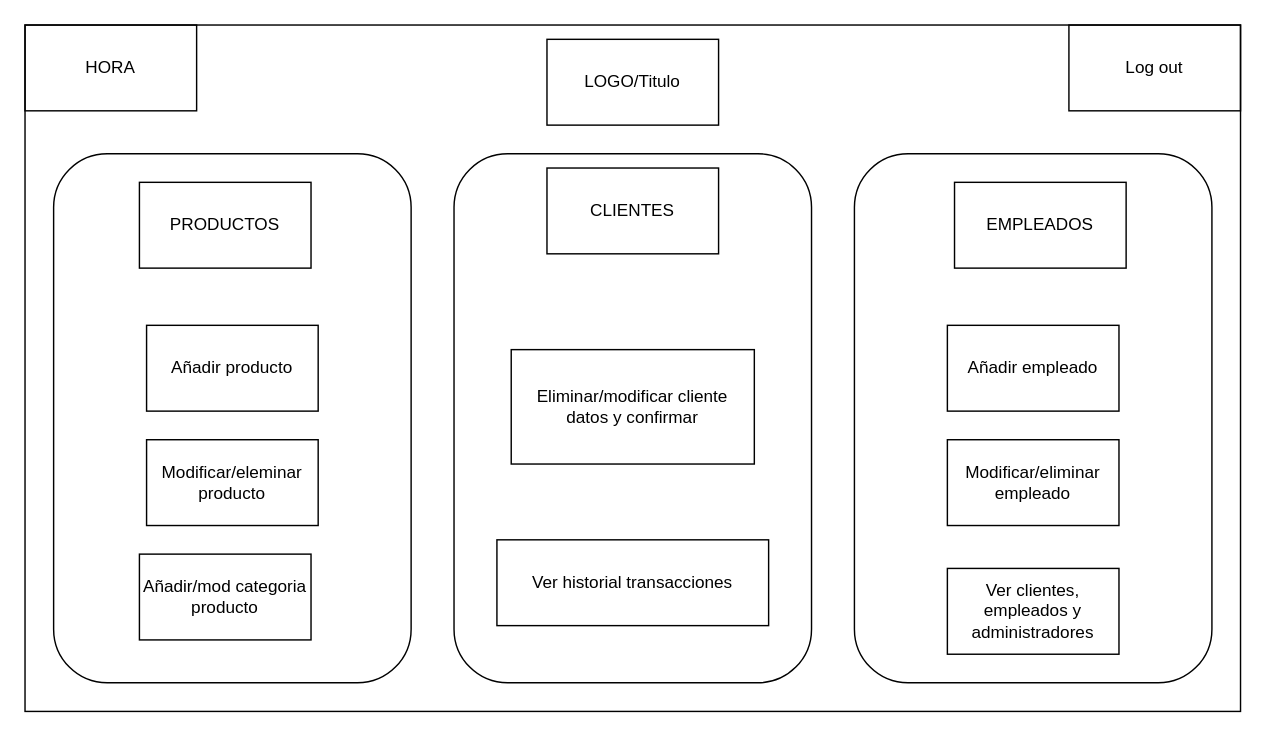
Before: page "StaffMenu" (4 of 5) of docs/UI_UX.drawio in Universidad-Europea/PharmSquare, a draw.io diagram. Source tidied: cells renumbered, new cells numbered last; positions are measured from the earlier drawing's top-left corner, leaving out a move shared by most shapes. Both pictures are drawn from the tidied source at 143%, with x=0, y=0 at pixel (24, 24).
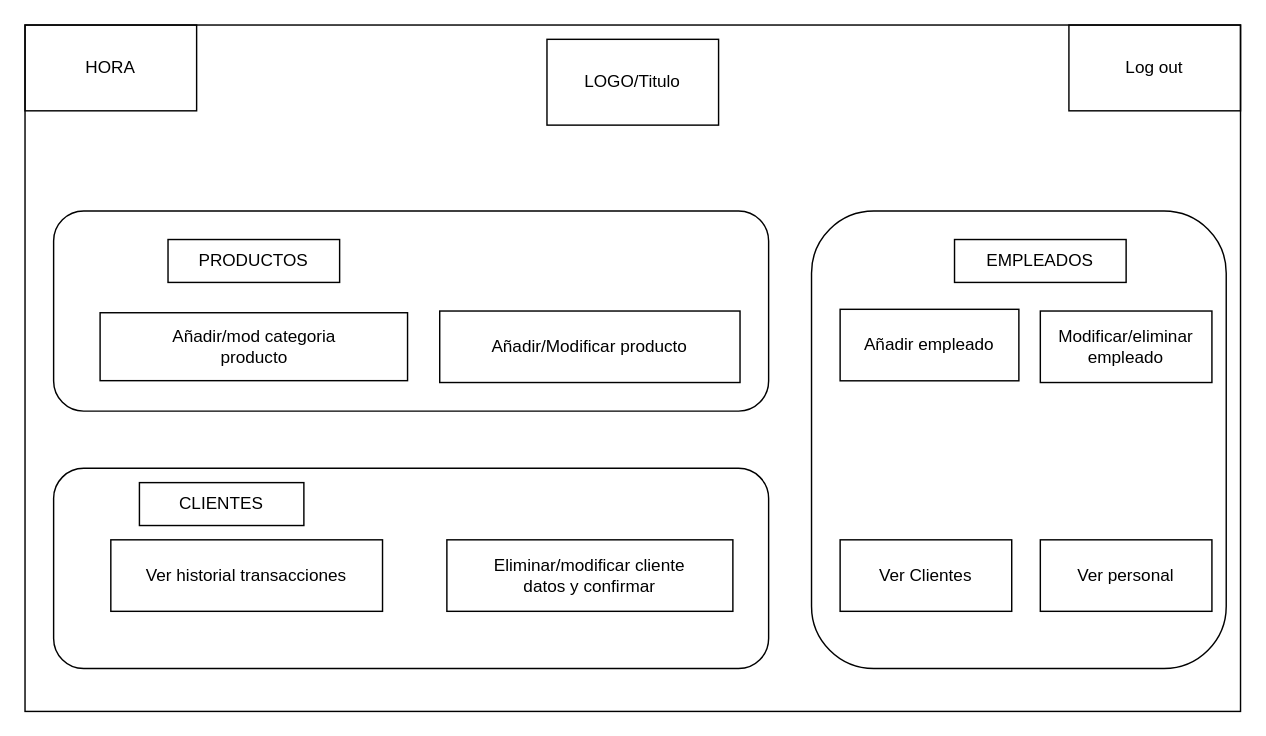
The same page after the edit.

Commit message:
StaffMenu UI actualizada

The edit, as a diff of the source:
```diff
@@
 <mxGraphModel>
   <root>
     <mxCell id="0" />
     <mxCell id="1" parent="0" />
-    <mxCell id="2" style="rounded=1;whiteSpace=wrap;html=1;fillColor=none;" parent="1" vertex="1">
-      <mxGeometry x="580" y="90" width="250" height="370" as="geometry" />
-    </mxCell>
+    <mxCell id="20" style="rounded=1;whiteSpace=wrap;html=1;" parent="1" vertex="1">
+      <mxGeometry x="20" y="310" width="500" height="140" as="geometry" />
+    </mxCell>
+    <mxCell id="21" style="rounded=1;whiteSpace=wrap;html=1;" parent="1" vertex="1">
+      <mxGeometry x="20" y="130" width="500" height="140" as="geometry" />
+    </mxCell>
+    <mxCell id="22" style="rounded=1;whiteSpace=wrap;html=1;" parent="1" vertex="1">
+      <mxGeometry x="550" y="130" width="290" height="320" as="geometry" />
+    </mxCell>
     <mxCell id="3" style="rounded=0;whiteSpace=wrap;html=1;fillColor=none;" parent="1" vertex="1">
       <mxGeometry width="850" height="480" as="geometry" />
     </mxCell>
-    <mxCell id="4" style="rounded=1;whiteSpace=wrap;html=1;fillColor=none;" parent="1" vertex="1">
-      <mxGeometry x="20" y="90" width="250" height="370" as="geometry" />
-    </mxCell>
-    <mxCell id="5" style="rounded=1;whiteSpace=wrap;html=1;fillColor=none;" parent="1" vertex="1">
-      <mxGeometry x="300" y="90" width="250" height="370" as="geometry" />
-    </mxCell>
     <mxCell id="6" value="Log out" style="rounded=0;whiteSpace=wrap;html=1;fillColor=none;" parent="1" vertex="1">
       <mxGeometry x="730" width="120" height="60" as="geometry" />
     </mxCell>
     <mxCell id="7" value="Eliminar/modificar cliente&lt;br&gt;datos y confirmar" style="rounded=0;whiteSpace=wrap;html=1;fillColor=none;" parent="1" vertex="1">
-      <mxGeometry x="340" y="227" width="170" height="80" as="geometry" />
+      <mxGeometry x="295" y="360" width="200" height="50" as="geometry" />
     </mxCell>
     <mxCell id="8" value="LOGO/Titulo" style="rounded=0;whiteSpace=wrap;html=1;fillColor=none;" parent="1" vertex="1">
       <mxGeometry x="365" y="10" width="120" height="60" as="geometry" />
     </mxCell>
     <mxCell id="9" value="HORA" style="rounded=0;whiteSpace=wrap;html=1;fillColor=none;" parent="1" vertex="1">
       <mxGeometry width="120" height="60" as="geometry" />
     </mxCell>
-    <mxCell id="10" value="Añadir producto" style="rounded=0;whiteSpace=wrap;html=1;fillColor=none;" parent="1" vertex="1">
-      <mxGeometry x="85" y="210" width="120" height="60" as="geometry" />
-    </mxCell>
     <mxCell id="11" value="Añadir/mod categoria&lt;br&gt;producto" style="rounded=0;whiteSpace=wrap;html=1;fillColor=none;" parent="1" vertex="1">
-      <mxGeometry x="80" y="370" width="120" height="60" as="geometry" />
+      <mxGeometry x="52.5" y="201.2" width="215" height="47.5" as="geometry" />
     </mxCell>
     <mxCell id="12" value="Modificar/eliminar empleado" style="rounded=0;whiteSpace=wrap;html=1;fillColor=none;" parent="1" vertex="1">
-      <mxGeometry x="645" y="290" width="120" height="60" as="geometry" />
+      <mxGeometry x="710" y="200" width="120" height="50" as="geometry" />
     </mxCell>
     <mxCell id="13" value="Ver historial transacciones" style="rounded=0;whiteSpace=wrap;html=1;fillColor=none;" parent="1" vertex="1">
-      <mxGeometry x="330" y="360" width="190" height="60" as="geometry" />
+      <mxGeometry x="60" y="360" width="190" height="50" as="geometry" />
     </mxCell>
-    <mxCell id="14" value="Ver clientes, empleados y administradores" style="rounded=0;whiteSpace=wrap;html=1;fillColor=none;" parent="1" vertex="1">
-      <mxGeometry x="645" y="380" width="120" height="60" as="geometry" />
+    <mxCell id="14" value="Ver personal" style="rounded=0;whiteSpace=wrap;html=1;fillColor=none;" parent="1" vertex="1">
+      <mxGeometry x="710" y="360" width="120" height="50" as="geometry" />
     </mxCell>
-    <mxCell id="15" value="Modificar/eleminar producto" style="rounded=0;whiteSpace=wrap;html=1;fillColor=none;" parent="1" vertex="1">
-      <mxGeometry x="85" y="290" width="120" height="60" as="geometry" />
+    <mxCell id="15" value="Añadir/Modificar producto" style="rounded=0;whiteSpace=wrap;html=1;fillColor=none;" parent="1" vertex="1">
+      <mxGeometry x="290" y="200" width="210" height="50" as="geometry" />
     </mxCell>
     <mxCell id="16" value="Añadir empleado" style="rounded=0;whiteSpace=wrap;html=1;fillColor=none;" parent="1" vertex="1">
-      <mxGeometry x="645" y="210" width="120" height="60" as="geometry" />
+      <mxGeometry x="570" y="198.8" width="125" height="50" as="geometry" />
     </mxCell>
     <mxCell id="17" value="EMPLEADOS" style="rounded=0;whiteSpace=wrap;html=1;fillColor=none;" parent="1" vertex="1">
-      <mxGeometry x="650" y="110" width="120" height="60" as="geometry" />
+      <mxGeometry x="650" y="150" width="120" height="30" as="geometry" />
     </mxCell>
     <mxCell id="18" value="PRODUCTOS" style="rounded=0;whiteSpace=wrap;html=1;fillColor=none;" parent="1" vertex="1">
-      <mxGeometry x="80" y="110" width="120" height="60" as="geometry" />
+      <mxGeometry x="100" y="150" width="120" height="30" as="geometry" />
     </mxCell>
     <mxCell id="19" value="CLIENTES" style="rounded=0;whiteSpace=wrap;html=1;fillColor=none;" parent="1" vertex="1">
-      <mxGeometry x="365" y="100" width="120" height="60" as="geometry" />
+      <mxGeometry x="80" y="320" width="115" height="30" as="geometry" />
     </mxCell>
+    <mxCell id="23" value="Ver Clientes" style="rounded=0;whiteSpace=wrap;html=1;fillColor=none;" parent="1" vertex="1">
+      <mxGeometry x="570" y="360" width="120" height="50" as="geometry" />
+    </mxCell>
   </root>
 </mxGraphModel>
```
